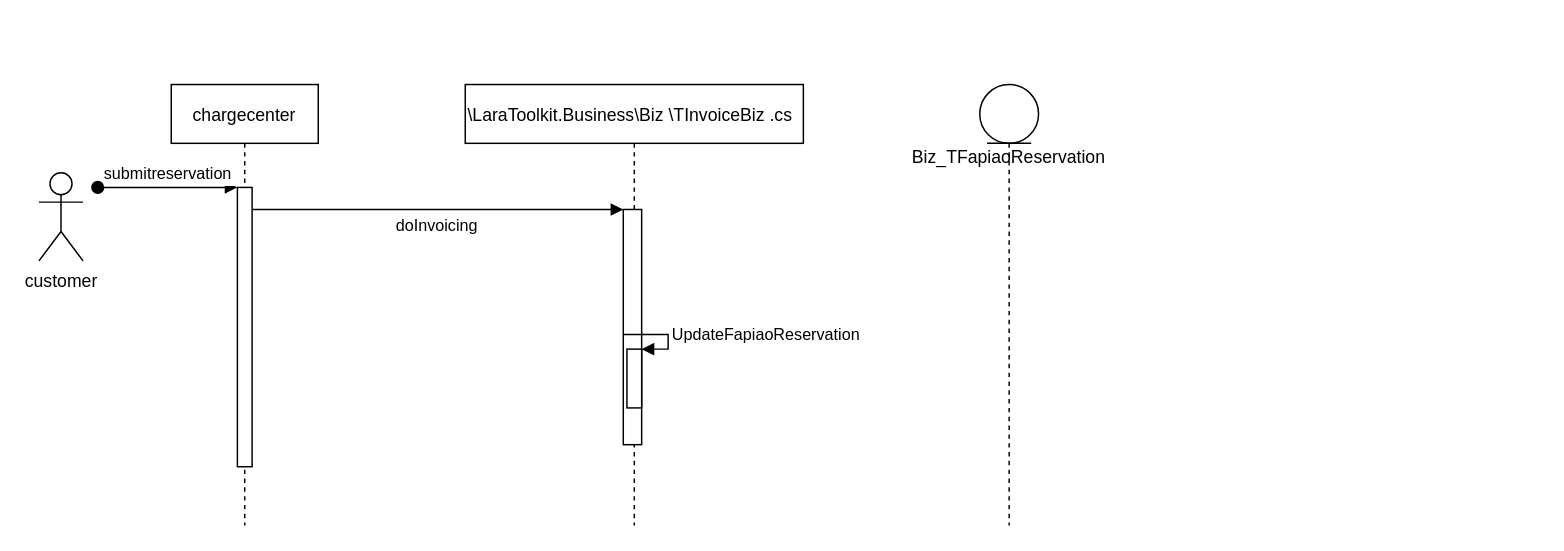
Earlier version of the draw.io diagram customer_reservation.drawio (yi2003/diagram). Source tidied: cells renumbered, new cells numbered last; positions are measured from the earlier drawing's top-left corner, leaving out a move shared by most shapes. Both pictures are drawn from the tidied source at 147%, with x=0, y=0 at pixel (38, 84).
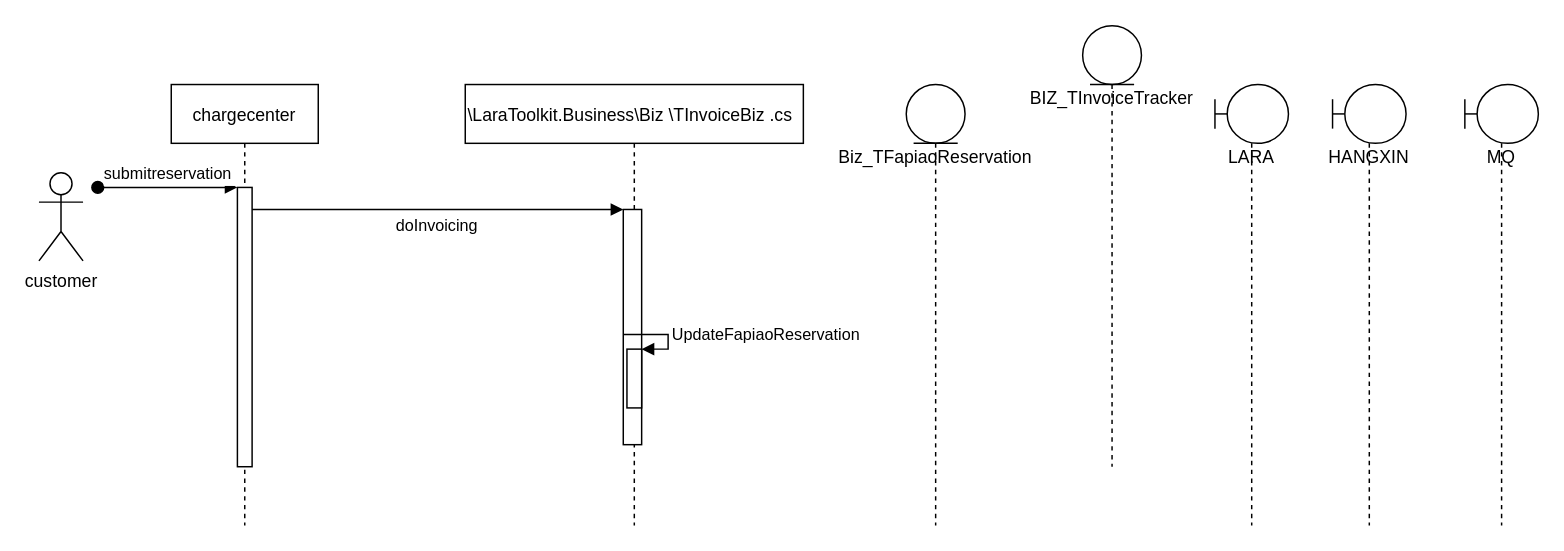
Above is the later version.

The edit, as a diff of the source:
```diff
@@
 <mxGraphModel>
   <root>
     <mxCell id="0" />
     <mxCell id="1" parent="0" />
     <mxCell id="2" value="chargecenter" style="shape=umlLifeline;perimeter=lifelinePerimeter;rounded=0;shadow=0;strokeWidth=1;" parent="1" vertex="1">
       <mxGeometry x="90" width="100" height="300" as="geometry" />
     </mxCell>
     <mxCell id="3" style="points=[];perimeter=orthogonalPerimeter;rounded=0;shadow=0;strokeWidth=1;" parent="2" vertex="1">
       <mxGeometry x="45" y="70" width="10" height="190" as="geometry" />
     </mxCell>
     <mxCell id="4" value="submitreservation" style="verticalAlign=bottom;startArrow=oval;endArrow=block;startSize=8;shadow=0;strokeWidth=1;" parent="2" edge="1" target="3">
       <mxGeometry relative="1" as="geometry">
         <mxPoint x="-50" y="70" as="sourcePoint" />
       </mxGeometry>
     </mxCell>
     <mxCell id="5" value="\LaraToolkit.Business\Biz \TInvoiceBiz .cs" style="shape=umlLifeline;perimeter=lifelinePerimeter;rounded=0;shadow=0;strokeWidth=1;align=left;" parent="1" vertex="1">
       <mxGeometry x="290" width="230" height="300" as="geometry" />
     </mxCell>
     <mxCell id="6" style="points=[];perimeter=orthogonalPerimeter;rounded=0;shadow=0;strokeWidth=1;" parent="5" vertex="1">
       <mxGeometry x="107.5" y="85" width="12.5" height="160" as="geometry" />
     </mxCell>
     <mxCell id="7" style="html=1;points=[];perimeter=orthogonalPerimeter;" parent="5" vertex="1">
       <mxGeometry x="110" y="180" width="10" height="40" as="geometry" />
     </mxCell>
     <mxCell id="8" value="UpdateFapiaoReservation" style="edgeStyle=orthogonalEdgeStyle;html=1;align=left;spacingLeft=2;endArrow=block;rounded=0;entryX=1;entryY=0;" parent="5" edge="1" target="7">
       <mxGeometry relative="1" as="geometry">
         <mxPoint x="108" y="170" as="sourcePoint" />
         <Array as="points">
           <mxPoint x="138" y="170" />
         </Array>
       </mxGeometry>
     </mxCell>
     <mxCell id="9" value="doInvoicing" style="verticalAlign=bottom;endArrow=block;entryX=0;entryY=0;shadow=0;strokeWidth=1;" parent="1" edge="1" source="3" target="6">
       <mxGeometry y="-20" relative="1" as="geometry" />
     </mxCell>
     <mxCell id="10" value="customer" style="shape=umlActor;verticalLabelPosition=bottom;verticalAlign=top;html=1;" parent="1" vertex="1">
       <mxGeometry y="60" width="30" height="60" as="geometry" />
     </mxCell>
     <mxCell id="11" value="Biz_TFapiaoReservation" style="shape=umlLifeline;participant=umlEntity;perimeter=lifelinePerimeter;whiteSpace=wrap;html=1;verticalAlign=top;spacingTop=36;" parent="1" vertex="1">
-      <mxGeometry x="640" width="40" height="300" as="geometry" />
+      <mxGeometry x="590" width="40" height="300" as="geometry" />
     </mxCell>
+    <mxCell id="12" value="LARA" style="shape=umlLifeline;participant=umlBoundary;perimeter=lifelinePerimeter;whiteSpace=wrap;html=1;verticalAlign=top;spacingTop=36;" parent="1" vertex="1">
+      <mxGeometry x="800" width="50" height="300" as="geometry" />
+    </mxCell>
+    <mxCell id="13" value="HANGXIN" style="shape=umlLifeline;participant=umlBoundary;perimeter=lifelinePerimeter;whiteSpace=wrap;html=1;verticalAlign=top;spacingTop=36;" parent="1" vertex="1">
+      <mxGeometry x="880" width="50" height="300" as="geometry" />
+    </mxCell>
+    <mxCell id="14" value="MQ" style="shape=umlLifeline;participant=umlBoundary;perimeter=lifelinePerimeter;whiteSpace=wrap;html=1;verticalAlign=top;spacingTop=36;" parent="1" vertex="1">
+      <mxGeometry x="970" width="50" height="300" as="geometry" />
+    </mxCell>
+    <mxCell id="15" value="BIZ_TInvoiceTracker" style="shape=umlLifeline;participant=umlEntity;perimeter=lifelinePerimeter;whiteSpace=wrap;html=1;verticalAlign=top;spacingTop=36;" parent="1" vertex="1">
+      <mxGeometry x="710" y="-40" width="40" height="300" as="geometry" />
+    </mxCell>
   </root>
 </mxGraphModel>
```
